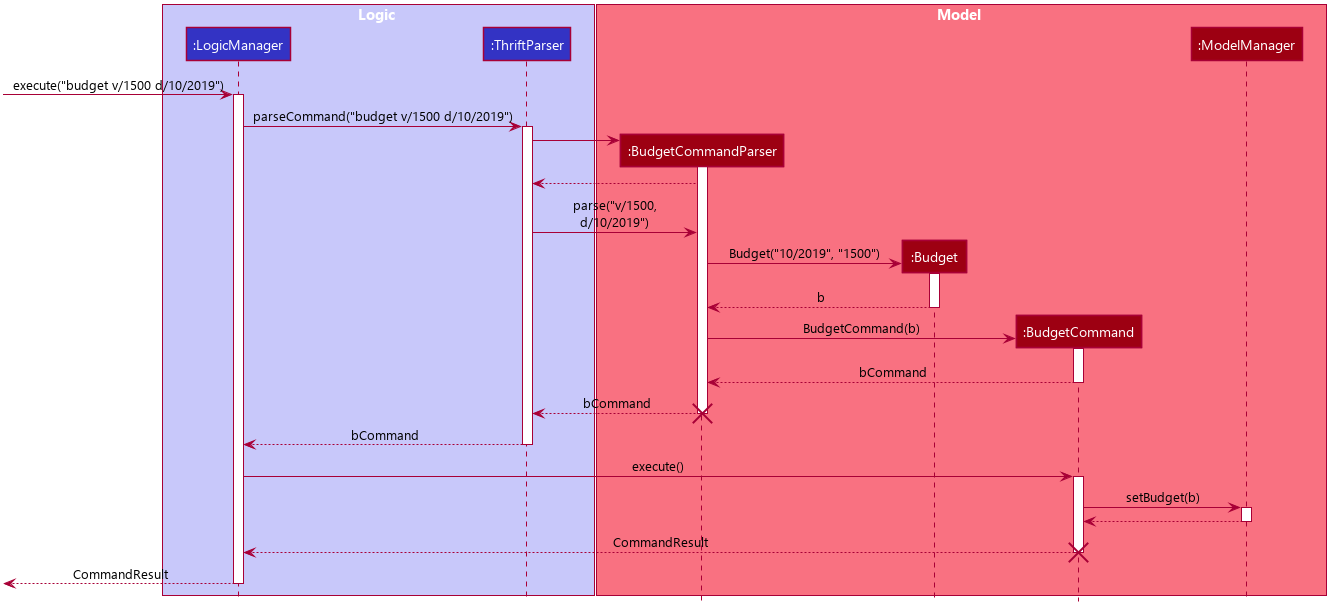
Before: docs/images/add-budget/BudgetSequenceDiagram.png, a diagram exported from PlantUML (AY1920S1-CS2103T-W12-2/main). The source it was exported from:
```plantuml
@startuml









skinparam BackgroundColor #FFFFFFF

skinparam Shadowing false

skinparam MinClassWidth 50
skinparam ParticipantPadding 10
skinparam DefaultTextAlignment center
skinparam packageStyle Rectangle

skinparam defaultFontName Segoe UI

skinparam Class {
    FontColor #FFFFFF
    BorderThickness 1
    BorderColor #FFFFFF
    StereotypeFontColor #FFFFFF
}

skinparam Actor {
    BorderColor #000000
    Color #000000
}

skinparam Sequence {
    MessageAlign center
    BoxFontSize 15
    BoxPadding 0
    BoxFontColor #FFFFFF
}

skinparam Participant {
    FontColor #FFFFFFF
    Padding 20
}


hide footbox
hide members
hide circle

box Logic #C8C8FA
participant ":LogicManager" as LogicManager #3333C4
participant ":ThriftParser" as ThriftParser #3333C4
end box

box Model #F97181
participant ":BudgetCommandParser" as BudgetCommandParser #9D0012
participant ":Budget" as Budget #9D0012
participant ":BudgetCommand" as BudgetCommand #9D0012
participant ":ModelManager" as ModelManager #9D0012
end box

[-> LogicManager : execute("budget v/1500 d/10/2019")
activate LogicManager

LogicManager -> ThriftParser : parseCommand("budget v/1500 d/10/2019")
activate ThriftParser

create BudgetCommandParser
ThriftParser -> BudgetCommandParser
activate BudgetCommandParser
ThriftParser <-- BudgetCommandParser

ThriftParser -> BudgetCommandParser : parse("v/1500,\nd/10/2019")
create Budget
BudgetCommandParser -> Budget : Budget("10/2019", "1500")
activate Budget
BudgetCommandParser <-- Budget : b
deactivate Budget

create BudgetCommand
BudgetCommandParser -> BudgetCommand : BudgetCommand(b)
activate BudgetCommand
BudgetCommandParser <-- BudgetCommand : bCommand
deactivate BudgetCommand

ThriftParser <-- BudgetCommandParser : bCommand
deactivate BudgetCommandParser
destroy BudgetCommandParser

LogicManager <-- ThriftParser : bCommand
deactivate ThriftParser

LogicManager -> BudgetCommand : execute()
activate BudgetCommand

BudgetCommand -> ModelManager : setBudget(b)
activate ModelManager

BudgetCommand <-- ModelManager
deactivate ModelManager

LogicManager <-- BudgetCommand : CommandResult
deactivate BudgetCommand
destroy BudgetCommand

[<-- LogicManager : CommandResult
deactivate LogicManager

@enduml
```
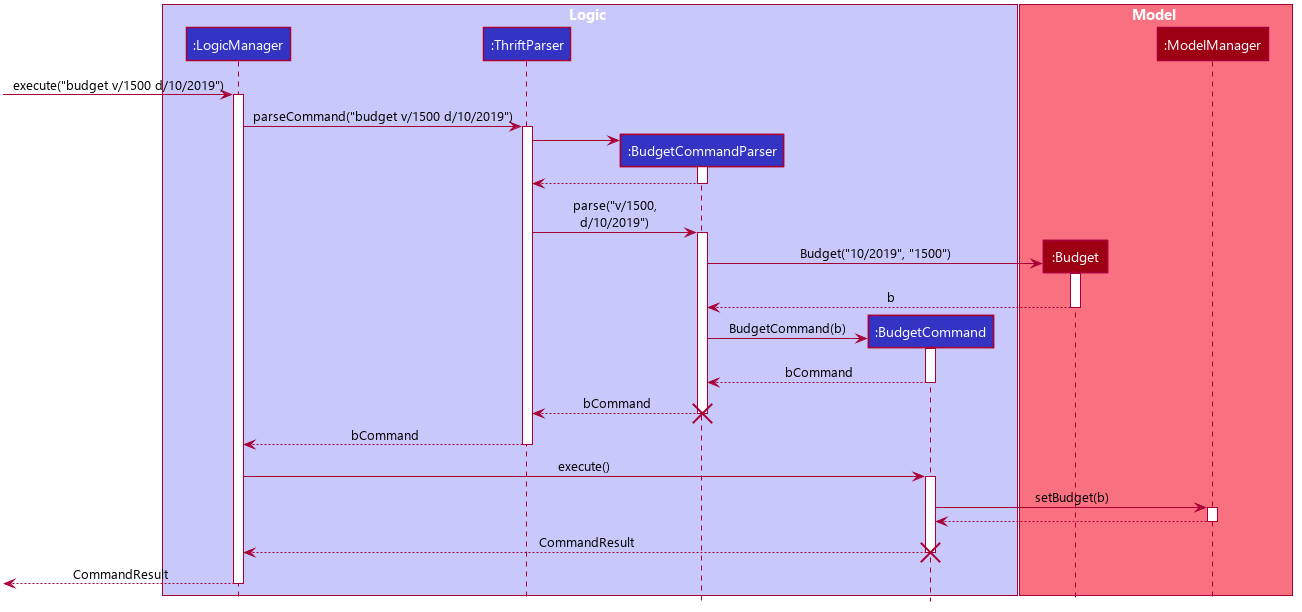
Later version of the same file.

Diff of the diagram source:
```diff
@@ -51,12 +51,13 @@
 box Logic #C8C8FA
 participant ":LogicManager" as LogicManager #3333C4
 participant ":ThriftParser" as ThriftParser #3333C4
+participant ":BudgetCommandParser" as BudgetCommandParser #3333C4
+participant ":BudgetCommand" as BudgetCommand #3333C4
 end box
 
 box Model #F97181
-participant ":BudgetCommandParser" as BudgetCommandParser #9D0012
+
 participant ":Budget" as Budget #9D0012
-participant ":BudgetCommand" as BudgetCommand #9D0012
 participant ":ModelManager" as ModelManager #9D0012
 end box
 
@@ -70,8 +71,10 @@
 ThriftParser -> BudgetCommandParser
 activate BudgetCommandParser
 ThriftParser <-- BudgetCommandParser
+deactivate BudgetCommandParser
 
 ThriftParser -> BudgetCommandParser : parse("v/1500,\nd/10/2019")
+activate BudgetCommandParser
 create Budget
 BudgetCommandParser -> Budget : Budget("10/2019", "1500")
 activate Budget
```
